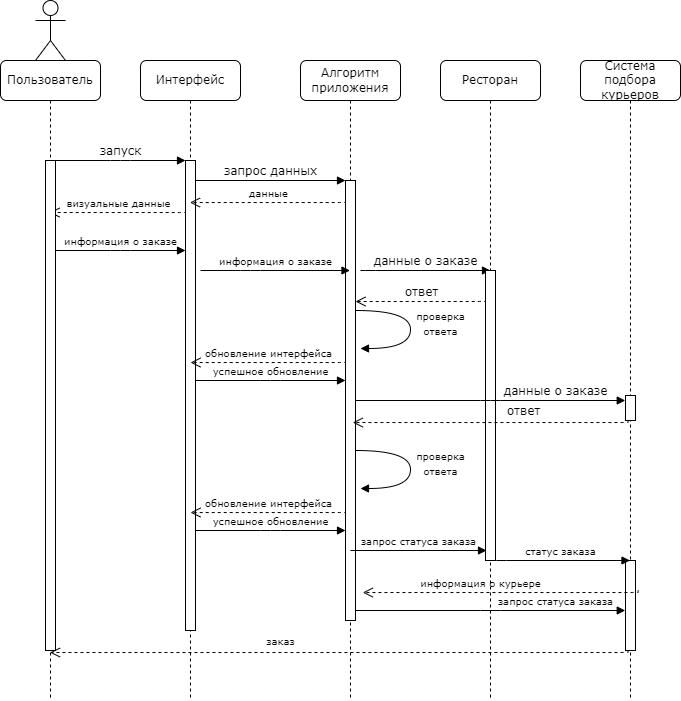
Above: Диаграмма_последовательности.drawio.png in ellanta/tp_bi237_tz3 (draw.io), before the change. Source tidied: cells renumbered, new cells last; positions are measured from the earlier drawing's top-left corner, leaving out a move shared by most shapes.
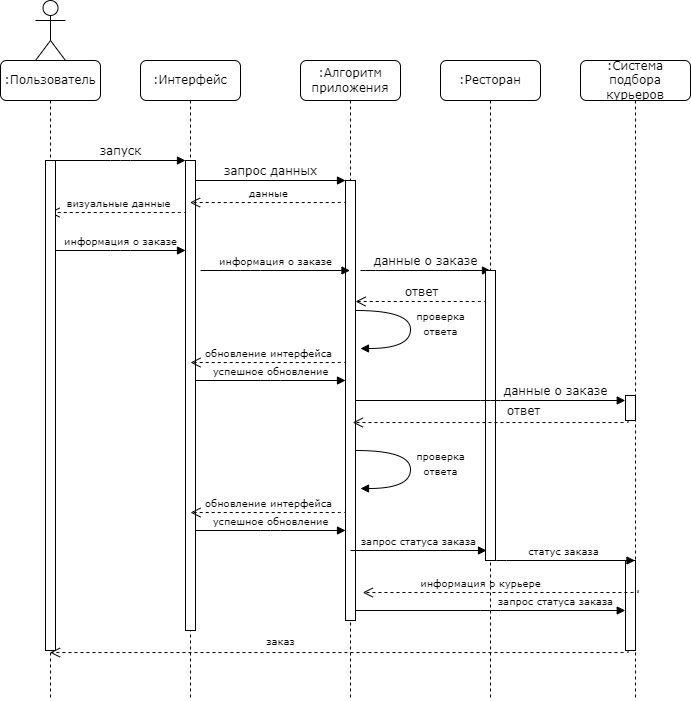
The same file after the commit.

The edit, as a diff of the source:
```diff
@@ -2,7 +2,7 @@
   <root>
     <mxCell id="0" />
     <mxCell id="1" parent="0" />
-    <mxCell id="2" value="Интерфейс" style="shape=umlLifeline;perimeter=lifelinePerimeter;whiteSpace=wrap;html=1;outlineConnect=0;rounded=1;shadow=0;comic=0;labelBackgroundColor=none;strokeWidth=1;fontFamily=Verdana;fontSize=12;align=center;" parent="1" vertex="1">
+    <mxCell id="2" value=":Интерфейс" style="shape=umlLifeline;perimeter=lifelinePerimeter;whiteSpace=wrap;html=1;outlineConnect=0;rounded=1;shadow=0;comic=0;labelBackgroundColor=none;strokeWidth=1;fontFamily=Verdana;fontSize=12;align=center;" parent="1" vertex="1">
       <mxGeometry x="140" y="60" width="100" height="640" as="geometry" />
     </mxCell>
     <mxCell id="3" style="html=1;points=[];perimeter=orthogonalPerimeter;rounded=0;shadow=0;comic=0;labelBackgroundColor=none;strokeWidth=1;fontFamily=Verdana;fontSize=12;align=center;" parent="2" vertex="1">
@@ -24,7 +24,7 @@
         <mxPoint x="45" y="190" as="targetPoint" />
       </mxGeometry>
     </mxCell>
-    <mxCell id="6" value="Алгоритм приложения" style="shape=umlLifeline;perimeter=lifelinePerimeter;whiteSpace=wrap;html=1;outlineConnect=0;rounded=1;shadow=0;comic=0;labelBackgroundColor=none;strokeWidth=1;fontFamily=Verdana;fontSize=12;align=center;" parent="1" vertex="1">
+    <mxCell id="6" value=":Алгоритм приложения" style="shape=umlLifeline;perimeter=lifelinePerimeter;whiteSpace=wrap;html=1;outlineConnect=0;rounded=1;shadow=0;comic=0;labelBackgroundColor=none;strokeWidth=1;fontFamily=Verdana;fontSize=12;align=center;" parent="1" vertex="1">
       <mxGeometry x="300" y="60" width="100" height="640" as="geometry" />
     </mxCell>
     <mxCell id="7" style="html=1;points=[];perimeter=orthogonalPerimeter;rounded=0;shadow=0;comic=0;labelBackgroundColor=none;strokeWidth=1;fontFamily=Verdana;fontSize=12;align=center;" parent="6" vertex="1">
@@ -71,7 +71,7 @@
         <mxPoint x="45" y="470" as="targetPoint" />
       </mxGeometry>
     </mxCell>
-    <mxCell id="13" value="Ресторан" style="shape=umlLifeline;perimeter=lifelinePerimeter;whiteSpace=wrap;html=1;rounded=1;shadow=0;comic=0;labelBackgroundColor=none;strokeWidth=1;fontFamily=Verdana;fontSize=12;align=center;" parent="1" vertex="1">
+    <mxCell id="13" value=":Ресторан" style="shape=umlLifeline;perimeter=lifelinePerimeter;whiteSpace=wrap;html=1;rounded=1;shadow=0;comic=0;labelBackgroundColor=none;strokeWidth=1;fontFamily=Verdana;fontSize=12;align=center;" parent="1" vertex="1">
       <mxGeometry x="440" y="60" width="100" height="640" as="geometry" />
     </mxCell>
     <mxCell id="14" value="данные о заказе" style="html=1;verticalAlign=bottom;endArrow=block;labelBackgroundColor=none;fontFamily=Verdana;fontSize=12;edgeStyle=elbowEdgeStyle;elbow=vertical;" parent="13" edge="1">
@@ -101,8 +101,8 @@
         </Array>
       </mxGeometry>
     </mxCell>
-    <mxCell id="17" value="Система подбора курьеров" style="shape=umlLifeline;perimeter=lifelinePerimeter;whiteSpace=wrap;html=1;outlineConnect=0;rounded=1;shadow=0;comic=0;labelBackgroundColor=none;strokeWidth=1;fontFamily=Verdana;fontSize=12;align=center;size=40;" parent="1" vertex="1">
-      <mxGeometry x="580" y="60" width="100" height="640" as="geometry" />
+    <mxCell id="17" value=":Система подбора курьеров" style="shape=umlLifeline;perimeter=lifelinePerimeter;whiteSpace=wrap;html=1;outlineConnect=0;rounded=1;shadow=0;comic=0;labelBackgroundColor=none;strokeWidth=1;fontFamily=Verdana;fontSize=12;align=center;size=40;" parent="1" vertex="1">
+      <mxGeometry x="580" y="60" width="110" height="640" as="geometry" />
     </mxCell>
     <mxCell id="18" style="html=1;perimeter=orthogonalPerimeter;rounded=0;shadow=0;comic=0;labelBackgroundColor=none;strokeWidth=1;fontFamily=Verdana;fontSize=12;align=center;" parent="17" vertex="1">
       <mxGeometry x="45" y="335" width="10" height="25" as="geometry" />
@@ -118,7 +118,7 @@
         </Array>
       </mxGeometry>
     </mxCell>
-    <mxCell id="21" value="Пользователь" style="shape=umlLifeline;perimeter=lifelinePerimeter;whiteSpace=wrap;html=1;outlineConnect=0;rounded=1;shadow=0;comic=0;labelBackgroundColor=none;strokeWidth=1;fontFamily=Verdana;fontSize=12;align=center;" parent="1" vertex="1">
+    <mxCell id="21" value=":Пользователь" style="shape=umlLifeline;perimeter=lifelinePerimeter;whiteSpace=wrap;html=1;outlineConnect=0;rounded=1;shadow=0;comic=0;labelBackgroundColor=none;strokeWidth=1;fontFamily=Verdana;fontSize=12;align=center;" parent="1" vertex="1">
       <mxGeometry y="60" width="100" height="640" as="geometry" />
     </mxCell>
     <mxCell id="22" style="html=1;points=[];perimeter=orthogonalPerimeter;rounded=0;shadow=0;comic=0;labelBackgroundColor=none;strokeWidth=1;fontFamily=Verdana;fontSize=12;align=center;" parent="21" vertex="1">
```
